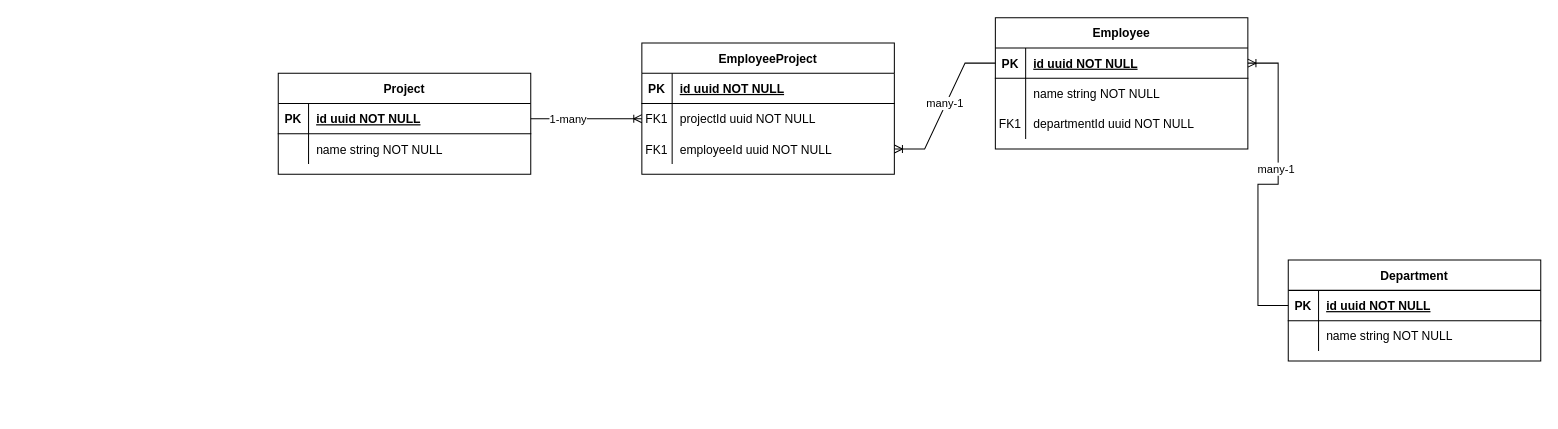
The draw.io diagram db-design.drawio in zahid-rahman/api.project-directory.com, before the edit. Source tidied: cells renumbered, new cells numbered last; positions are measured from the earlier drawing's top-left corner, leaving out a move shared by most shapes. Both pictures are drawn from the tidied source at 101%, with x=0, y=0 at pixel (278, 17).
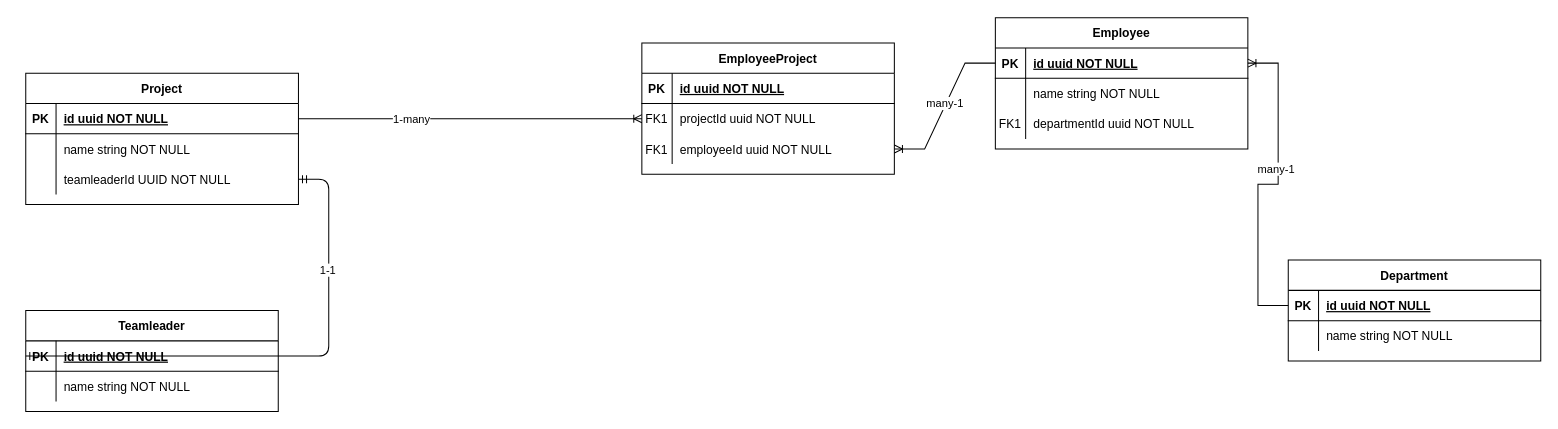
After the change.

The edit, as a diff of the source:
```diff
@@
     <mxCell id="19" value="Project" style="shape=table;startSize=30;childLayout=tableLayout;rowLines=0;fontStyle=1;align=center;" parent="1" vertex="1">
-      <mxGeometry y="55" width="250" height="100" as="geometry" />
+      <mxGeometry x="-250" y="55" width="270" height="130" as="geometry" />
     </mxCell>
     <mxCell id="20" style="shape=partialRectangle;fillColor=none;points=[[0,0.5],[1,0.5]];portConstraint=eastwest;top=0;left=0;right=0;bottom=1;" parent="19" vertex="1">
-      <mxGeometry y="30" width="250" height="30" as="geometry" />
+      <mxGeometry y="30" width="270" height="30" as="geometry" />
     </mxCell>
@@
     <mxCell id="22" value="id uuid NOT NULL " style="shape=partialRectangle;overflow=hidden;fillColor=none;top=0;left=0;bottom=0;right=0;align=left;spacingLeft=6;fontStyle=5;" parent="20" vertex="1">
-      <mxGeometry x="30" width="220" height="30" as="geometry" />
+      <mxGeometry x="30" width="240" height="30" as="geometry" />
     </mxCell>
     <mxCell id="23" style="shape=partialRectangle;fillColor=none;top=0;left=0;right=0;bottom=0;" parent="19" vertex="1">
-      <mxGeometry y="60" width="250" height="30" as="geometry" />
+      <mxGeometry y="60" width="270" height="30" as="geometry" />
     </mxCell>
@@
     <mxCell id="25" value="name string NOT NULL" style="shape=partialRectangle;overflow=hidden;fillColor=none;top=0;left=0;bottom=0;right=0;align=left;spacingLeft=6;" parent="23" vertex="1">
-      <mxGeometry x="30" width="220" height="30" as="geometry" />
+      <mxGeometry x="30" width="240" height="30" as="geometry" />
     </mxCell>
+    <mxCell id="42" style="shape=partialRectangle;fillColor=none;points=[[0,0.5],[1,0.5]];portConstraint=eastwest;top=0;left=0;right=0;bottom=0;" parent="19" vertex="1">
+      <mxGeometry y="90" width="270" height="30" as="geometry" />
+    </mxCell>
+    <mxCell id="43" style="shape=partialRectangle;overflow=hidden;fillColor=none;top=0;left=0;bottom=0;right=0;" parent="42" vertex="1">
+      <mxGeometry width="30" height="30" as="geometry" />
+    </mxCell>
+    <mxCell id="44" value="teamleaderId UUID NOT NULL" style="shape=partialRectangle;overflow=hidden;fillColor=none;top=0;left=0;bottom=0;right=0;align=left;spacingLeft=6;" parent="42" vertex="1">
+      <mxGeometry x="30" width="240" height="30" as="geometry" />
+    </mxCell>
@@
+    <mxCell id="45" value="Teamleader" style="shape=table;startSize=30;childLayout=tableLayout;rowLines=0;fontStyle=1;align=center;" parent="1" vertex="1">
+      <mxGeometry x="-250" y="290" width="250" height="100" as="geometry" />
+    </mxCell>
+    <mxCell id="46" style="shape=partialRectangle;fillColor=none;points=[[0,0.5],[1,0.5]];portConstraint=eastwest;top=0;left=0;right=0;bottom=1;" parent="45" vertex="1">
+      <mxGeometry y="30" width="250" height="30" as="geometry" />
+    </mxCell>
+    <mxCell id="47" value="PK" style="shape=partialRectangle;overflow=hidden;fillColor=none;top=0;left=0;bottom=0;right=0;fontStyle=1;" parent="46" vertex="1">
+      <mxGeometry width="30" height="30" as="geometry" />
+    </mxCell>
+    <mxCell id="48" value="id uuid NOT NULL " style="shape=partialRectangle;overflow=hidden;fillColor=none;top=0;left=0;bottom=0;right=0;align=left;spacingLeft=6;fontStyle=5;" parent="46" vertex="1">
+      <mxGeometry x="30" width="220" height="30" as="geometry" />
+    </mxCell>
+    <mxCell id="49" style="shape=partialRectangle;fillColor=none;top=0;left=0;right=0;bottom=0;" parent="45" vertex="1">
+      <mxGeometry y="60" width="250" height="30" as="geometry" />
+    </mxCell>
+    <mxCell id="50" style="shape=partialRectangle;overflow=hidden;fillColor=none;top=0;left=0;bottom=0;right=0;" parent="49" vertex="1">
+      <mxGeometry width="30" height="30" as="geometry" />
+    </mxCell>
+    <mxCell id="51" value="name string NOT NULL" style="shape=partialRectangle;overflow=hidden;fillColor=none;top=0;left=0;bottom=0;right=0;align=left;spacingLeft=6;" parent="49" vertex="1">
+      <mxGeometry x="30" width="220" height="30" as="geometry" />
+    </mxCell>
+    <mxCell id="52" style="edgeStyle=entityRelationEdgeStyle;fontSize=12;html=1;endArrow=ERmandOne;startArrow=ERmandOne;exitX=0;exitY=0.5;exitDx=0;exitDy=0;" parent="1" edge="1" source="46" target="42">
+      <mxGeometry relative="1" as="geometry" />
+    </mxCell>
+    <mxCell id="53" value="1-1" style="edgeLabel;html=1;align=center;verticalAlign=middle;" parent="52" vertex="1">
+      <mxGeometry x="0.53" y="2" relative="1" as="geometry" />
+    </mxCell>
```
